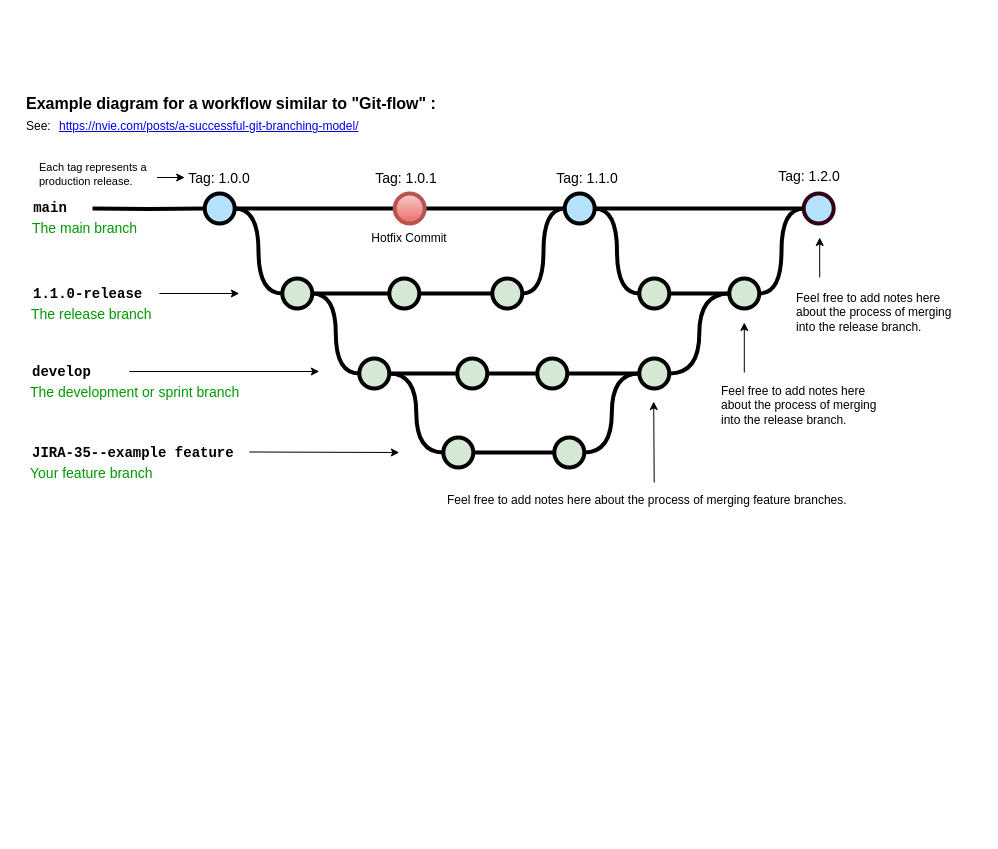
The draw.io diagram cicd/tests-and-ci-cd.drawio in PramodKumarYadav/test-art, before the edit. Source tidied: cells renumbered, new cells numbered last; positions are measured from the earlier drawing's top-left corner, leaving out a move shared by most shapes. Both pictures are drawn from the tidied source at 100%, with x=0, y=0 at pixel (24, 87).
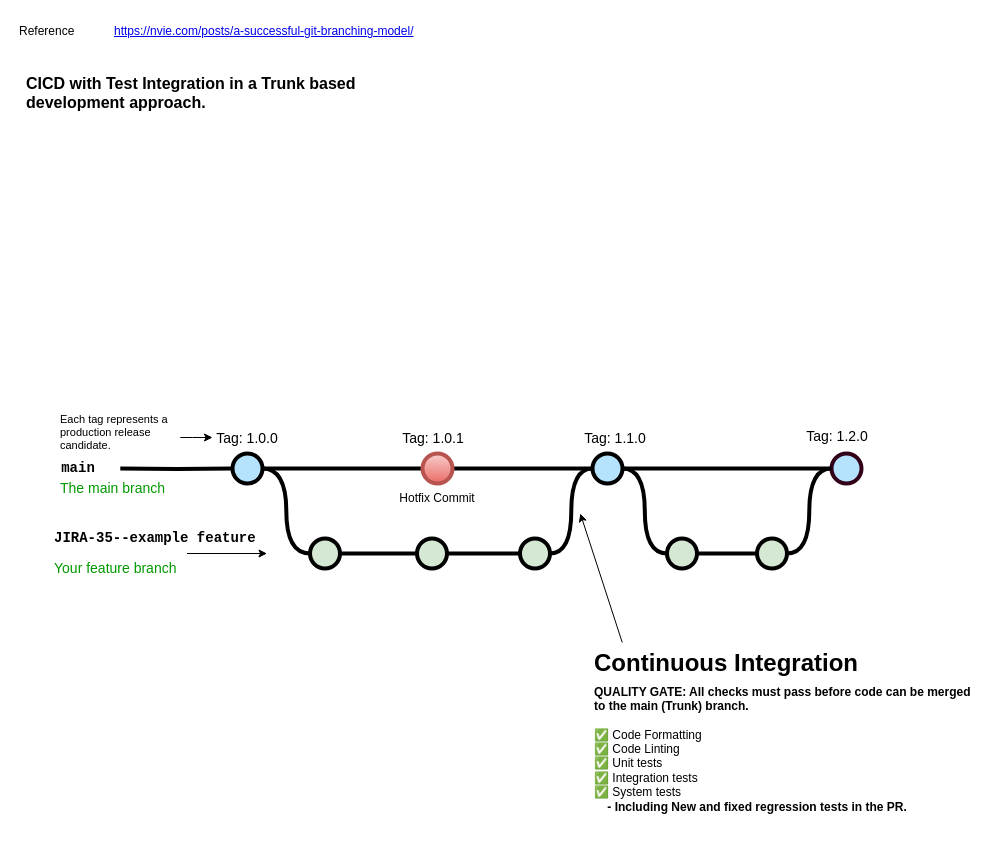
Above is the later version.

Change to the diagram source:
```diff
@@
     <mxCell id="2" value="Hotfix Commit" style="text;html=1;strokeColor=none;fillColor=none;align=center;verticalAlign=middle;whiteSpace=wrap;overflow=hidden;" parent="1" vertex="1">
-      <mxGeometry x="345.2" y="136" width="80" height="30" as="geometry" />
+      <mxGeometry x="373" y="396" width="80" height="30" as="geometry" />
     </mxCell>
@@
     <mxCell id="5" style="verticalLabelPosition=bottom;verticalAlign=top;html=1;strokeWidth=4;shape=mxgraph.flowchart.on-page_reference;plain-blue;gradientColor=none;fillColor=#B5E3Fe;strokeColor=#000000;" parent="1" vertex="1">
-      <mxGeometry x="180.2" y="106" width="30" height="30" as="geometry" />
+      <mxGeometry x="208" y="366" width="30" height="30" as="geometry" />
     </mxCell>
@@
     <mxCell id="8" style="verticalLabelPosition=bottom;verticalAlign=top;html=1;strokeWidth=4;shape=mxgraph.flowchart.on-page_reference;plain-blue;gradientColor=none;strokeColor=#000000;fillColor=#B5E3FE;" parent="1" vertex="1">
-      <mxGeometry x="540.2" y="106" width="30" height="30" as="geometry" />
+      <mxGeometry x="568" y="366" width="30" height="30" as="geometry" />
     </mxCell>
     <mxCell id="9" style="verticalLabelPosition=bottom;verticalAlign=top;html=1;strokeWidth=4;shape=mxgraph.flowchart.on-page_reference;plain-blue;gradientColor=none;strokeColor=#33001A;fillColor=#B5E3FE;" parent="1" vertex="1">
-      <mxGeometry x="779.2" y="106" width="30" height="30" as="geometry" />
+      <mxGeometry x="807" y="366" width="30" height="30" as="geometry" />
     </mxCell>
     <mxCell id="10" style="edgeStyle=orthogonalEdgeStyle;rounded=0;html=1;jettySize=auto;strokeWidth=4;endArrow=none;endFill=0;" parent="1" edge="1" target="5">
       <mxGeometry x="192.2" y="211" as="geometry">
-        <mxPoint x="68" y="121" as="sourcePoint" />
+        <mxPoint x="95.8" y="381" as="sourcePoint" />
       </mxGeometry>
     </mxCell>
     <mxCell id="11" value="main" style="text;html=1;strokeColor=none;fillColor=none;align=center;verticalAlign=middle;whiteSpace=wrap;overflow=hidden;fontSize=14;fontStyle=1;fontFamily=Courier New;" parent="1" vertex="1">
-      <mxGeometry x="1" y="100" width="50" height="42" as="geometry" />
+      <mxGeometry x="28.8" y="360" width="50" height="42" as="geometry" />
     </mxCell>
@@
     <mxCell id="13" style="verticalLabelPosition=bottom;verticalAlign=top;html=1;strokeWidth=4;shape=mxgraph.flowchart.on-page_reference;plain-purple;gradientColor=none;strokeColor=#000000;fillColor=#D5E8D4;" parent="1" vertex="1">
-      <mxGeometry x="257.8" y="191" width="30" height="30" as="geometry" />
+      <mxGeometry x="285.5" y="451" width="30" height="30" as="geometry" />
     </mxCell>
@@
     <mxCell id="15" style="verticalLabelPosition=bottom;verticalAlign=top;html=1;strokeWidth=4;shape=mxgraph.flowchart.on-page_reference;plain-purple;gradientColor=none;strokeColor=#000000;fillColor=#D5E8D4;" parent="1" vertex="1">
-      <mxGeometry x="364.8" y="191" width="30" height="30" as="geometry" />
+      <mxGeometry x="392.5" y="451" width="30" height="30" as="geometry" />
     </mxCell>
@@
     <mxCell id="17" style="verticalLabelPosition=bottom;verticalAlign=top;html=1;strokeWidth=4;shape=mxgraph.flowchart.on-page_reference;plain-purple;gradientColor=none;strokeColor=#000000;fillColor=#D5E8D4;" parent="1" vertex="1">
-      <mxGeometry x="467.8" y="191" width="30" height="30" as="geometry" />
+      <mxGeometry x="495.5" y="451" width="30" height="30" as="geometry" />
     </mxCell>
-    <mxCell id="18" value="1.1.0-release" style="text;html=1;strokeColor=none;fillColor=none;align=left;verticalAlign=middle;whiteSpace=wrap;overflow=hidden;fontSize=14;fontStyle=1;fontFamily=Courier New;" parent="1" vertex="1">
-      <mxGeometry x="6.8" y="196" width="240" height="20" as="geometry" />
-    </mxCell>
-    <mxCell id="19" style="edgeStyle=orthogonalEdgeStyle;rounded=0;jettySize=auto;html=1;endArrow=none;endFill=0;strokeWidth=4;" parent="1" edge="1" source="22" target="24">
-      <mxGeometry relative="1" as="geometry" />
-    </mxCell>
-    <mxCell id="20" style="edgeStyle=orthogonalEdgeStyle;rounded=0;jettySize=auto;html=1;entryX=1;entryY=0.5;entryDx=0;entryDy=0;entryPerimeter=0;endArrow=none;endFill=0;strokeWidth=4;curved=1;" parent="1" edge="1" source="22" target="13">
-      <mxGeometry relative="1" as="geometry" />
-    </mxCell>
-    <mxCell id="21" style="edgeStyle=orthogonalEdgeStyle;curved=1;rounded=0;jettySize=auto;html=1;exitX=1;exitY=0.5;exitDx=0;exitDy=0;exitPerimeter=0;entryX=0;entryY=0.5;entryDx=0;entryDy=0;entryPerimeter=0;endArrow=none;endFill=0;strokeWidth=4;fontFamily=Courier New;fontColor=#009900;" parent="1" edge="1" source="22" target="31">
-      <mxGeometry relative="1" as="geometry" />
-    </mxCell>
-    <mxCell id="22" style="verticalLabelPosition=bottom;verticalAlign=top;html=1;strokeWidth=4;shape=mxgraph.flowchart.on-page_reference;plain-purple;gradientColor=none;strokeColor=#000000;fillColor=#D5E8D4;" parent="1" vertex="1">
-      <mxGeometry x="334.8" y="271" width="30" height="30" as="geometry" />
-    </mxCell>
-    <mxCell id="23" style="edgeStyle=orthogonalEdgeStyle;curved=1;rounded=0;jettySize=auto;html=1;endArrow=none;endFill=0;strokeWidth=4;" parent="1" edge="1" source="24" target="26">
-      <mxGeometry relative="1" as="geometry" />
-    </mxCell>
-    <mxCell id="24" style="verticalLabelPosition=bottom;verticalAlign=top;html=1;strokeWidth=4;shape=mxgraph.flowchart.on-page_reference;plain-purple;gradientColor=none;strokeColor=#000000;fillColor=#D5E8D4;" parent="1" vertex="1">
-      <mxGeometry x="432.8" y="271" width="30" height="30" as="geometry" />
-    </mxCell>
-    <mxCell id="25" style="edgeStyle=orthogonalEdgeStyle;curved=1;rounded=0;jettySize=auto;html=1;endArrow=none;endFill=0;strokeWidth=4;fontFamily=Courier New;fontColor=#009900;" parent="1" edge="1" source="26" target="28">
-      <mxGeometry relative="1" as="geometry" />
-    </mxCell>
-    <mxCell id="26" style="verticalLabelPosition=bottom;verticalAlign=top;html=1;strokeWidth=4;shape=mxgraph.flowchart.on-page_reference;plain-purple;gradientColor=none;strokeColor=#000000;fillColor=#D5E8D4;" parent="1" vertex="1">
-      <mxGeometry x="512.8" y="271" width="30" height="30" as="geometry" />
-    </mxCell>
-    <mxCell id="27" style="edgeStyle=orthogonalEdgeStyle;curved=1;rounded=0;jettySize=auto;html=1;entryX=0;entryY=0.5;entryDx=0;entryDy=0;entryPerimeter=0;endArrow=none;endFill=0;strokeWidth=4;fontFamily=Courier New;fontColor=#009900;" parent="1" edge="1" source="28" target="47">
-      <mxGeometry relative="1" as="geometry" />
-    </mxCell>
-    <mxCell id="28" style="verticalLabelPosition=bottom;verticalAlign=top;html=1;strokeWidth=4;shape=mxgraph.flowchart.on-page_reference;plain-purple;gradientColor=none;strokeColor=#000000;fillColor=#D5E8D4;" parent="1" vertex="1">
-      <mxGeometry x="614.8" y="271" width="30" height="30" as="geometry" />
-    </mxCell>
-    <mxCell id="29" value="develop" style="text;html=1;strokeColor=none;fillColor=none;align=left;verticalAlign=middle;whiteSpace=wrap;overflow=hidden;fontSize=14;fontStyle=1;fontFamily=Courier New;" parent="1" vertex="1">
-      <mxGeometry x="5.8" y="274" width="91" height="20" as="geometry" />
-    </mxCell>
-    <mxCell id="30" style="edgeStyle=orthogonalEdgeStyle;rounded=0;jettySize=auto;html=1;endArrow=none;endFill=0;strokeWidth=4;" parent="1" edge="1" source="31" target="33">
-      <mxGeometry relative="1" as="geometry" />
-    </mxCell>
-    <mxCell id="31" style="verticalLabelPosition=bottom;verticalAlign=top;html=1;strokeWidth=4;shape=mxgraph.flowchart.on-page_reference;plain-purple;gradientColor=none;strokeColor=#000000;fillColor=#D5E8D4;" parent="1" vertex="1">
-      <mxGeometry x="418.8" y="350" width="30" height="30" as="geometry" />
-    </mxCell>
-    <mxCell id="32" style="edgeStyle=orthogonalEdgeStyle;curved=1;rounded=0;jettySize=auto;html=1;exitX=1;exitY=0.5;exitDx=0;exitDy=0;exitPerimeter=0;entryX=0;entryY=0.5;entryDx=0;entryDy=0;entryPerimeter=0;endArrow=none;endFill=0;strokeWidth=4;fontFamily=Courier New;fontColor=#009900;" parent="1" edge="1" source="33" target="28">
-      <mxGeometry relative="1" as="geometry" />
-    </mxCell>
-    <mxCell id="33" style="verticalLabelPosition=bottom;verticalAlign=top;html=1;strokeWidth=4;shape=mxgraph.flowchart.on-page_reference;plain-purple;gradientColor=none;strokeColor=#000000;fillColor=#D5E8D4;" parent="1" vertex="1">
-      <mxGeometry x="529.8" y="350" width="30" height="30" as="geometry" />
-    </mxCell>
-    <mxCell id="34" value="JIRA-35--example feature" style="text;html=1;strokeColor=none;fillColor=none;align=left;verticalAlign=middle;whiteSpace=wrap;overflow=hidden;fontSize=14;fontStyle=1;fontFamily=Courier New;" parent="1" vertex="1">
-      <mxGeometry x="5.5" y="355" width="240" height="20" as="geometry" />
-    </mxCell>
-    <mxCell id="35" value="The development or sprint branch" style="text;html=1;strokeColor=none;fillColor=none;align=left;verticalAlign=middle;whiteSpace=wrap;overflow=hidden;fontSize=14;fontStyle=0;fontColor=#009900;" parent="1" vertex="1">
-      <mxGeometry x="3.8" y="294" width="240" height="20" as="geometry" />
-    </mxCell>
     <mxCell id="36" value="Your feature branch" style="text;html=1;strokeColor=none;fillColor=none;align=left;verticalAlign=middle;whiteSpace=wrap;overflow=hidden;fontSize=14;fontStyle=0;fontColor=#009900;" parent="1" vertex="1">
-      <mxGeometry x="3.8" y="375" width="240" height="20" as="geometry" />
+      <mxGeometry x="28" y="470" width="240" height="20" as="geometry" />
     </mxCell>
-    <mxCell id="37" value="The release branch" style="text;html=1;strokeColor=none;fillColor=none;align=left;verticalAlign=middle;whiteSpace=wrap;overflow=hidden;fontSize=14;fontStyle=0;fontColor=#009900;" parent="1" vertex="1">
-      <mxGeometry x="4.8" y="216" width="240" height="20" as="geometry" />
-    </mxCell>
     <mxCell id="38" value="The main branch&lt;br&gt;" style="text;html=1;strokeColor=none;fillColor=none;align=left;verticalAlign=middle;whiteSpace=wrap;overflow=hidden;fontSize=14;fontStyle=0;fontColor=#009900;" parent="1" vertex="1">
-      <mxGeometry x="6.2" y="130" width="146.8" height="20" as="geometry" />
+      <mxGeometry x="34" y="390" width="146.8" height="20" as="geometry" />
     </mxCell>
-    <mxCell id="39" style="endArrow=classic;html=1;strokeWidth=1;fontFamily=Courier New;fontColor=#009900;" parent="1" edge="1">
-      <mxGeometry relative="1" as="geometry">
-        <mxPoint x="224.8" y="364.5" as="sourcePoint" />
-        <mxPoint x="374.8" y="365" as="targetPoint" />
-      </mxGeometry>
-    </mxCell>
-    <mxCell id="40" style="endArrow=classic;html=1;strokeWidth=1;fontFamily=Courier New;fontColor=#009900;" parent="1" edge="1">
-      <mxGeometry relative="1" as="geometry">
-        <mxPoint x="104.8" y="284" as="sourcePoint" />
-        <mxPoint x="294.8" y="284" as="targetPoint" />
-      </mxGeometry>
-    </mxCell>
     <mxCell id="41" style="endArrow=classic;html=1;strokeWidth=1;fontFamily=Courier New;fontColor=#009900;" parent="1" edge="1">
       <mxGeometry relative="1" as="geometry">
-        <mxPoint x="134.8" y="206" as="sourcePoint" />
-        <mxPoint x="214.8" y="206" as="targetPoint" />
+        <mxPoint x="162.5" y="466" as="sourcePoint" />
+        <mxPoint x="242.5" y="466" as="targetPoint" />
       </mxGeometry>
     </mxCell>
     <mxCell id="42" value="Tag: 1.1.0" style="text;html=1;strokeColor=none;fillColor=none;align=center;verticalAlign=middle;whiteSpace=wrap;overflow=hidden;fontSize=14;" parent="1" vertex="1">
-      <mxGeometry x="508.2" y="80" width="110" height="20" as="geometry" />
+      <mxGeometry x="536" y="340" width="110" height="20" as="geometry" />
     </mxCell>
     <mxCell id="43" value="Tag: 1.0.0" style="text;html=1;strokeColor=none;fillColor=none;align=center;verticalAlign=middle;whiteSpace=wrap;overflow=hidden;fontSize=14;" parent="1" vertex="1">
-      <mxGeometry x="160.2" y="80" width="70" height="20" as="geometry" />
+      <mxGeometry x="188" y="340" width="70" height="20" as="geometry" />
     </mxCell>
@@
     <mxCell id="45" style="verticalLabelPosition=bottom;verticalAlign=top;html=1;strokeWidth=4;shape=mxgraph.flowchart.on-page_reference;plain-purple;gradientColor=none;strokeColor=#000000;fillColor=#D5E8D4;" parent="1" vertex="1">
-      <mxGeometry x="614.8" y="191" width="30" height="30" as="geometry" />
+      <mxGeometry x="642.5" y="451" width="30" height="30" as="geometry" />
     </mxCell>
@@
     <mxCell id="47" style="verticalLabelPosition=bottom;verticalAlign=top;html=1;strokeWidth=4;shape=mxgraph.flowchart.on-page_reference;plain-purple;gradientColor=none;strokeColor=#000000;fillColor=#D5E8D4;" parent="1" vertex="1">
-      <mxGeometry x="704.8" y="191" width="30" height="30" as="geometry" />
+      <mxGeometry x="732.5" y="451" width="30" height="30" as="geometry" />
     </mxCell>
     <mxCell id="48" value="Tag: 1.2.0" style="text;html=1;strokeColor=none;fillColor=none;align=center;verticalAlign=middle;whiteSpace=wrap;overflow=hidden;fontSize=14;" parent="1" vertex="1">
-      <mxGeometry x="730.2" y="78" width="110" height="20" as="geometry" />
+      <mxGeometry x="758" y="338" width="110" height="20" as="geometry" />
     </mxCell>
-    <mxCell id="49" style="endArrow=classic;html=1;strokeWidth=1;fontFamily=Courier New;fontColor=#009900;exitX=0.5;exitY=0;exitDx=0;exitDy=0;" parent="1" edge="1" source="52">
-      <mxGeometry relative="1" as="geometry">
-        <mxPoint x="629.2" y="314" as="targetPoint" />
-      </mxGeometry>
-    </mxCell>
-    <mxCell id="50" style="endArrow=classic;html=1;strokeWidth=1;fontFamily=Courier New;fontColor=#009900;" parent="1" edge="1">
-      <mxGeometry relative="1" as="geometry">
-        <mxPoint x="719.8" y="285" as="sourcePoint" />
-        <mxPoint x="719.8" y="235" as="targetPoint" />
-      </mxGeometry>
-    </mxCell>
-    <mxCell id="51" value="&lt;span style=&quot;text-align: center&quot;&gt;Feel free to add notes here about the process of merging into the release branch.&lt;br&gt;&lt;/span&gt;" style="text;html=1;strokeColor=none;fillColor=none;align=left;verticalAlign=middle;whiteSpace=wrap;overflow=hidden;fontSize=12;fontStyle=0;fontColor=#000000;" parent="1" vertex="1">
-      <mxGeometry x="694.8" y="285" width="163.2" height="66" as="geometry" />
-    </mxCell>
-    <mxCell id="52" value="&lt;div style=&quot;&quot;&gt;&lt;span&gt;Feel free to add notes here about the process of merging feature branches.&lt;/span&gt;&lt;/div&gt;" style="text;html=1;strokeColor=none;fillColor=none;align=left;verticalAlign=middle;whiteSpace=wrap;overflow=hidden;fontSize=12;fontStyle=0;fontColor=#000000;" parent="1" vertex="1">
-      <mxGeometry x="420.6" y="395" width="418.2" height="36" as="geometry" />
-    </mxCell>
     <mxCell id="53" style="edgeStyle=orthogonalEdgeStyle;rounded=0;jettySize=auto;html=1;fontSize=12;fontColor=#000000;entryX=0;entryY=0.5;entryDx=0;entryDy=0;" parent="1" edge="1" source="54" target="43">
       <mxGeometry relative="1" as="geometry">
         <Array as="points">
-          <mxPoint x="140.2" y="90" />
-          <mxPoint x="140.2" y="90" />
+          <mxPoint x="168" y="350" />
+          <mxPoint x="168" y="350" />
         </Array>
       </mxGeometry>
     </mxCell>
-    <mxCell id="54" value="&lt;span style=&quot;text-align: center; font-size: 11px;&quot;&gt;Each tag represents a production release.&lt;/span&gt;" style="text;html=1;strokeColor=none;fillColor=none;align=left;verticalAlign=middle;whiteSpace=wrap;overflow=hidden;fontSize=11;fontStyle=0;fontColor=#000000;" parent="1" vertex="1">
-      <mxGeometry x="12.5" y="68" width="120" height="38" as="geometry" />
+    <mxCell id="54" value="&lt;span style=&quot;text-align: center; font-size: 11px;&quot;&gt;Each tag represents a production release candidate.&lt;/span&gt;" style="text;html=1;strokeColor=none;fillColor=none;align=left;verticalAlign=middle;whiteSpace=wrap;overflow=hidden;fontSize=11;fontStyle=0;fontColor=#000000;" parent="1" vertex="1">
+      <mxGeometry x="34" y="320" width="121.8" height="50" as="geometry" />
     </mxCell>
-    <mxCell id="55" value="Example diagram for a workflow similar to &quot;Git-flow&quot; :" style="text;whiteSpace=wrap;html=1;fontStyle=1;fontSize=16;" parent="1" vertex="1">
-      <mxGeometry x="0.2" width="427.8" height="20" as="geometry" />
+    <mxCell id="55" value="CICD with Test Integration in a Trunk based development approach." style="text;whiteSpace=wrap;html=1;fontStyle=1;fontSize=16;" parent="1" vertex="1">
+      <mxGeometry x="0.2" y="-20" width="427.8" height="60" as="geometry" />
     </mxCell>
-    <mxCell id="56" value="&lt;a href=&quot;https://nvie.com/posts/a-successful-git-branching-model/&quot;&gt;https://nvie.com/posts/a-successful-git-branching-model/&lt;/a&gt;" style="text;whiteSpace=wrap;html=1;" parent="1" vertex="1">
-      <mxGeometry x="33" y="25" width="355" height="20" as="geometry" />
-    </mxCell>
-    <mxCell id="57" value="See:" style="text;whiteSpace=wrap;html=1;" parent="1" vertex="1">
-      <mxGeometry x="0.2" y="25" width="32.8" height="20" as="geometry" />
-    </mxCell>
-    <mxCell id="58" style="endArrow=classic;html=1;strokeWidth=1;fontFamily=Courier New;fontColor=#009900;" parent="1" edge="1">
+    <mxCell id="58" style="endArrow=classic;html=1;strokeWidth=1;fontFamily=Courier New;fontColor=#009900;exitX=0.095;exitY=0;exitDx=0;exitDy=0;exitPerimeter=0;" parent="1" edge="1" source="63">
       <mxGeometry relative="1" as="geometry">
-        <mxPoint x="795.2" y="190" as="sourcePoint" />
-        <mxPoint x="795.2" y="150" as="targetPoint" />
+        <mxPoint x="555.8" y="426" as="targetPoint" />
       </mxGeometry>
     </mxCell>
-    <mxCell id="59" value="&lt;span style=&quot;text-align: center&quot;&gt;Feel free to add notes here about the process of merging into the release branch.&lt;br&gt;&lt;br&gt;&lt;/span&gt;" style="text;html=1;strokeColor=none;fillColor=none;align=left;verticalAlign=middle;whiteSpace=wrap;overflow=hidden;fontSize=12;fontStyle=0;fontColor=#000000;" parent="1" vertex="1">
-      <mxGeometry x="770.2" y="191" width="167.8" height="81" as="geometry" />
+    <mxCell id="59" value="&lt;span style=&quot;&quot;&gt;&lt;b&gt;QUALITY GATE: All checks must pass before code can be merged to the main (Trunk) branch.&lt;/b&gt;&lt;/span&gt;&lt;div&gt;&lt;br&gt;&lt;div style=&quot;&quot;&gt;✅ Code Formatting&lt;/div&gt;&lt;div style=&quot;&quot;&gt;&lt;span style=&quot;background-color: transparent; color: light-dark(rgb(0, 0, 0), rgb(237, 237, 237));&quot;&gt;✅ Code Linting&lt;/span&gt;&lt;/div&gt;&lt;/div&gt;&lt;div style=&quot;&quot;&gt;✅ Unit tests&lt;span style=&quot;background-color: transparent; color: light-dark(rgb(0, 0, 0), rgb(237, 237, 237));&quot;&gt;&lt;/span&gt;&lt;/div&gt;&lt;div style=&quot;&quot;&gt;✅ Integration tests&lt;/div&gt;&lt;div style=&quot;&quot;&gt;&lt;div&gt;✅ System tests&lt;/div&gt;&lt;div&gt;&lt;b&gt;&amp;nbsp; &amp;nbsp; - Including New and fixed regression tests in the PR.&lt;/b&gt;&lt;/div&gt;&lt;/div&gt;&lt;div style=&quot;&quot;&gt;&lt;span style=&quot;background-color: transparent; color: light-dark(rgb(0, 0, 0), rgb(237, 237, 237));&quot;&gt;&lt;br&gt;&lt;/span&gt;&lt;/div&gt;&lt;div style=&quot;&quot;&gt;&lt;br&gt;&lt;/div&gt;" style="text;html=1;strokeColor=none;fillColor=none;align=left;verticalAlign=middle;whiteSpace=wrap;overflow=hidden;fontSize=12;fontStyle=0;fontColor=#000000;" parent="1" vertex="1">
+      <mxGeometry x="568" y="595" width="387.8" height="150" as="geometry" />
     </mxCell>
@@
     <mxCell id="61" style="verticalLabelPosition=bottom;verticalAlign=top;html=1;strokeWidth=4;shape=mxgraph.flowchart.on-page_reference;plain-blue;gradientColor=#EA6B66;strokeColor=#B85450;fillColor=#F8CECC;" parent="1" vertex="1">
-      <mxGeometry x="370.2" y="106" width="30" height="30" as="geometry" />
+      <mxGeometry x="398" y="366" width="30" height="30" as="geometry" />
     </mxCell>
     <mxCell id="62" value="Tag: 1.0.1" style="text;html=1;strokeColor=none;fillColor=none;align=center;verticalAlign=middle;whiteSpace=wrap;overflow=hidden;fontSize=14;" parent="1" vertex="1">
-      <mxGeometry x="346.5" y="80" width="70" height="20" as="geometry" />
+      <mxGeometry x="374.2" y="340" width="70" height="20" as="geometry" />
     </mxCell>
+    <mxCell id="34" value="JIRA-35--example feature" style="text;html=1;strokeColor=none;fillColor=none;align=left;verticalAlign=middle;whiteSpace=wrap;overflow=hidden;fontSize=14;fontStyle=1;fontFamily=Courier New;" parent="1" vertex="1">
+      <mxGeometry x="28" y="440" width="240" height="20" as="geometry" />
+    </mxCell>
+    <mxCell id="63" value="&lt;h1 style=&quot;margin-top: 0px;&quot;&gt;Continuous Integration&lt;/h1&gt;" style="text;html=1;whiteSpace=wrap;overflow=hidden;rounded=0;" parent="1" vertex="1">
+      <mxGeometry x="568" y="555" width="313.2" height="40" as="geometry" />
+    </mxCell>
+    <mxCell id="56" value="&lt;a href=&quot;https://nvie.com/posts/a-successful-git-branching-model/&quot;&gt;https://nvie.com/posts/a-successful-git-branching-model/&lt;/a&gt;" style="text;whiteSpace=wrap;html=1;" parent="1" vertex="1">
+      <mxGeometry x="88" y="-70" width="355" height="20" as="geometry" />
+    </mxCell>
+    <mxCell id="64" value="Reference" style="text;whiteSpace=wrap;html=1;" parent="1" vertex="1">
+      <mxGeometry x="-7.5" y="-70" width="32.8" height="20" as="geometry" />
+    </mxCell>
```
